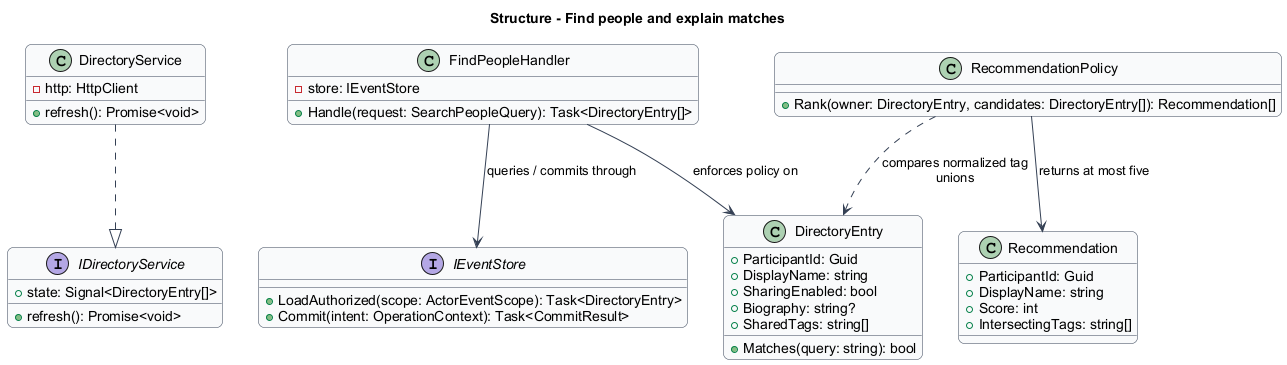
Earlier version of the PlantUML export docs/detailed-designs/community/find-people/diagrams/classes.png (QuinntyneBrown/faithtech-toronto-ai-build-event).
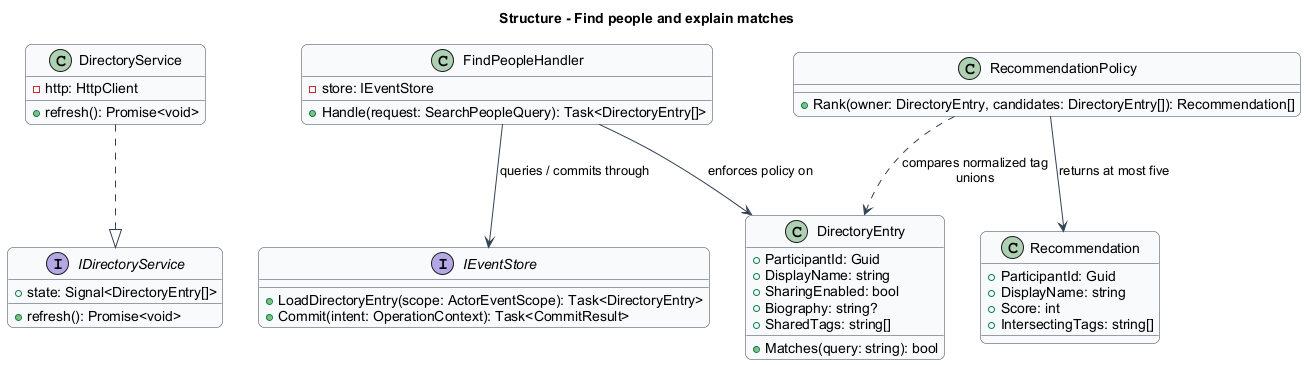
After the change.

Change to the diagram source:
```diff
@@ -22,7 +22,7 @@
   +Handle(request: SearchPeopleQuery): Task<DirectoryEntry[]>
 }
 interface IEventStore {
-  +LoadAuthorized(scope: ActorEventScope): Task<DirectoryEntry>
+  +LoadDirectoryEntry(scope: ActorEventScope): Task<DirectoryEntry>
   +Commit(intent: OperationContext): Task<CommitResult>
 }
 class DirectoryEntry {
```
